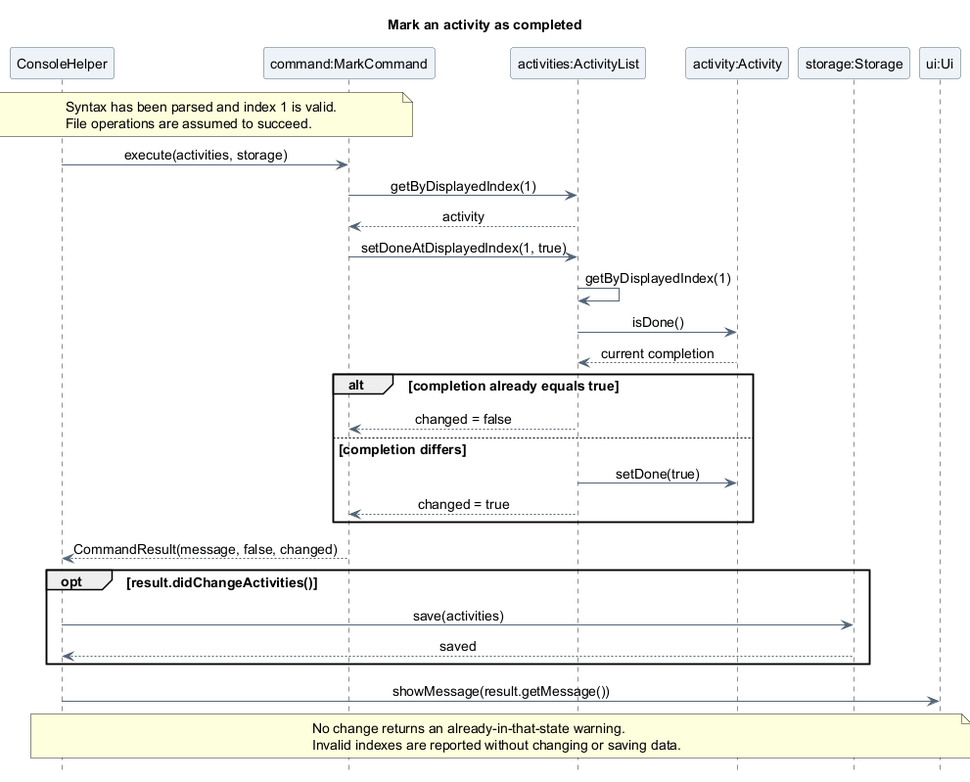
AY2627S1-CS2113-T10-4/tp keeps this PlantUML diagram as docs/images/oliver/sequence/MarkActivitySequence.png. Above is the earlier version.
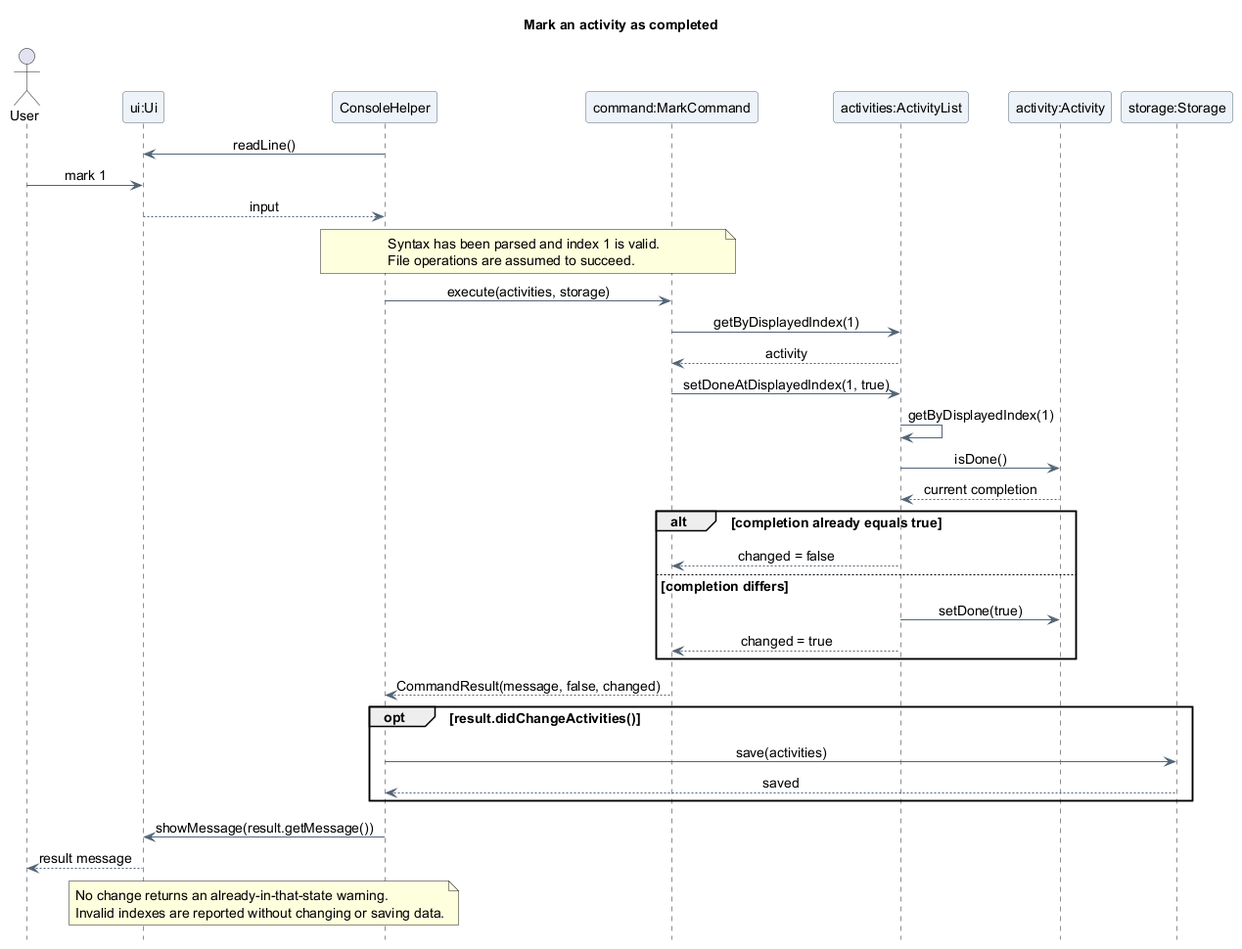
Above is the later version.

Diff of the diagram source:
```diff
@@ -10,12 +10,17 @@
 skinparam sequenceMessageAlign center
 hide footbox
 
+actor "User" as User
+participant "ui:Ui" as UI
 participant "ConsoleHelper" as Console
 participant "command:MarkCommand" as Query
 participant "activities:ActivityList" as Activities
 participant "activity:Activity" as Activity
 participant "storage:Storage" as Storage
-participant "ui:Ui" as UI
+
+Console -> UI : readLine()
+User -> UI : mark 1
+UI --> Console : input
 
 note over Console, Query
   Syntax has been parsed and index 1 is valid.
@@ -40,6 +45,7 @@
   Storage --> Console : saved
 end
 Console -> UI : showMessage(result.getMessage())
+UI --> User : result message
 note over Console, UI
   No change returns an already-in-that-state warning.
   Invalid indexes are reported without changing or saving data.
```
